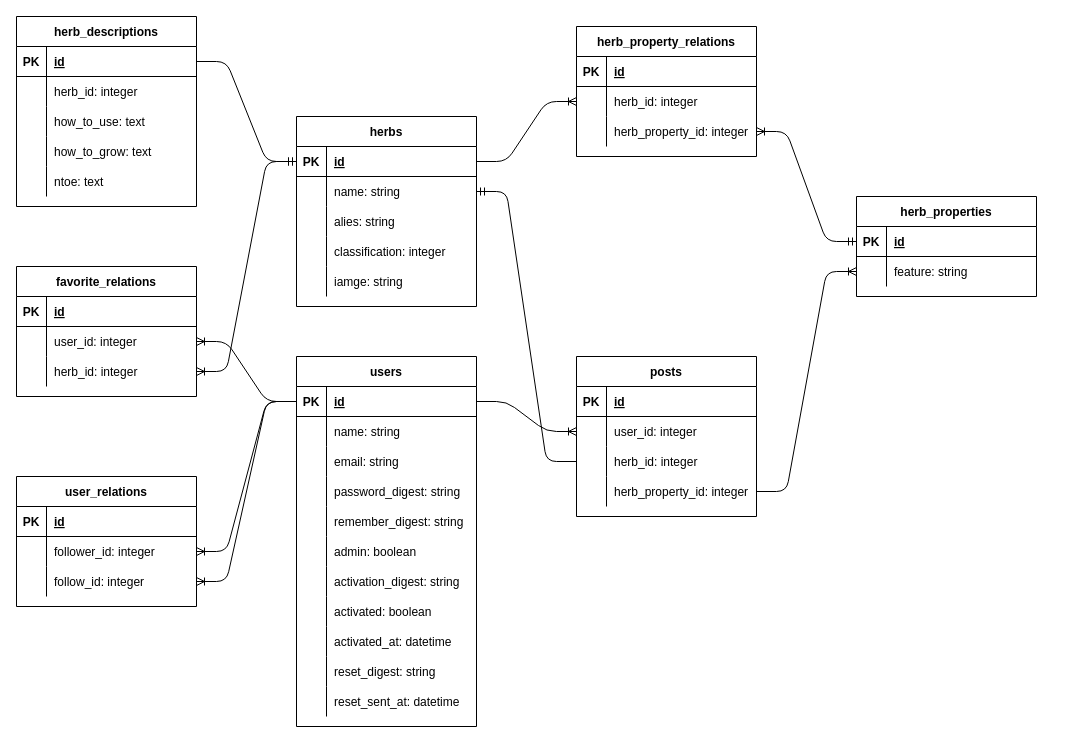
This is er.dio from atsushi0919/herbnote, a draw.io file, before an edit. Source tidied: cells renumbered, new cells numbered last; positions are measured from the earlier drawing's top-left corner, leaving out a move shared by most shapes. Both pictures are drawn from the tidied source at 100%, with x=0, y=0 at pixel (16, 16).
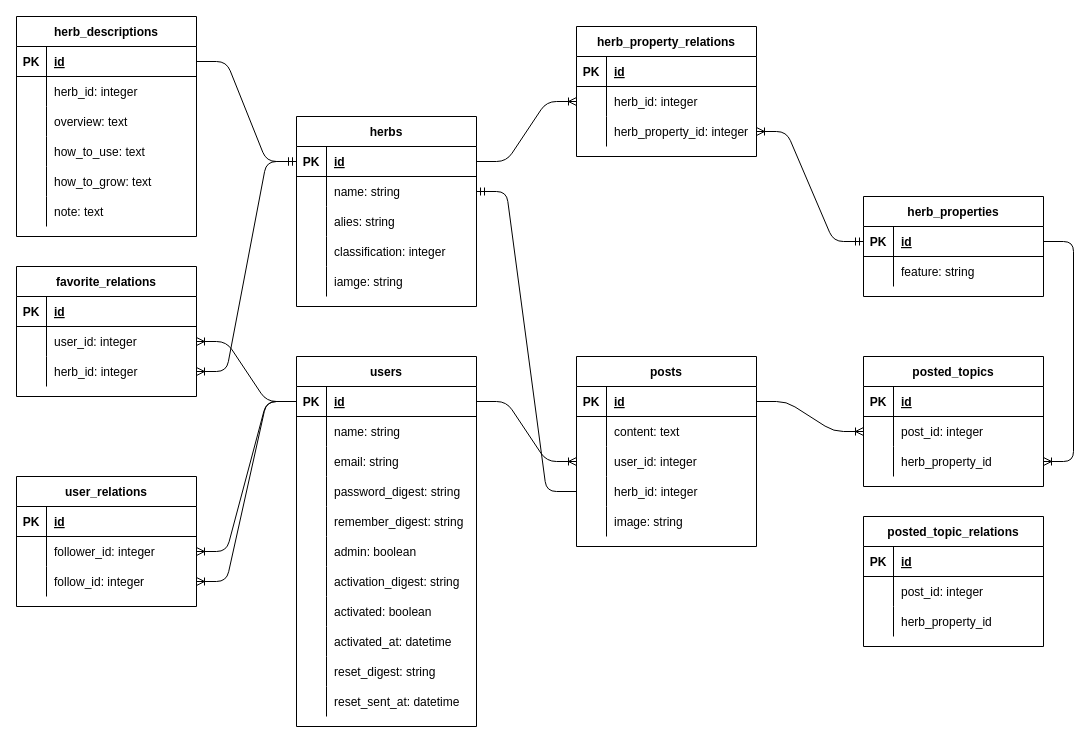
Above is the later version.

Unchanged cells that the change refers to:
```xml
<mxCell id="19" style="shape=partialRectangle;fillColor=none;top=0;left=0;bottom=1;right=0;points=[[0,0.5],[1,0.5]];portConstraint=eastwest;" parent="18" vertex="1">
  <mxGeometry y="30" width="180" height="30" as="geometry" />
</mxCell>
<mxCell id="22" style="shape=partialRectangle;fillColor=none;top=0;left=0;bottom=0;right=0;points=[[0,0.5],[1,0.5]];portConstraint=eastwest;" parent="18" vertex="1">
  <mxGeometry y="60" width="180" height="30" as="geometry" />
</mxCell>
<mxCell id="99" style="shape=partialRectangle;fillColor=none;top=0;left=0;bottom=1;right=0;points=[[0,0.5],[1,0.5]];portConstraint=eastwest;" parent="98" vertex="1">
  <mxGeometry y="30" width="180" height="30" as="geometry" />
</mxCell>
```

Change to the diagram source:
```diff
@@
     <mxCell id="18" value="herb_properties" style="shape=table;startSize=30;childLayout=tableLayout;rowLines=0;fontStyle=1;align=center;" parent="1" vertex="1">
-      <mxGeometry x="840" y="180" width="180" height="100" as="geometry" />
+      <mxGeometry x="847" y="180" width="180" height="100" as="geometry" />
     </mxCell>
@@
     <mxCell id="36" value="herb_descriptions" style="shape=table;startSize=30;childLayout=tableLayout;rowLines=0;fontStyle=1;align=center;" parent="1" vertex="1">
-      <mxGeometry width="180" height="190" as="geometry" />
+      <mxGeometry width="180" height="220" as="geometry" />
     </mxCell>
@@
+    <mxCell id="128" style="shape=partialRectangle;fillColor=none;top=0;left=0;bottom=0;right=0;" parent="36" vertex="1">
+      <mxGeometry y="60" width="180" height="30" as="geometry" />
+    </mxCell>
+    <mxCell id="129" style="shape=partialRectangle;fillColor=none;top=0;left=0;bottom=0;right=0;overflow=hidden;" parent="128" vertex="1">
+      <mxGeometry width="30" height="30" as="geometry" />
+    </mxCell>
+    <mxCell id="130" value="herb_id: integer" style="shape=partialRectangle;fillColor=none;top=0;left=0;bottom=0;right=0;align=left;spacingLeft=6;overflow=hidden;" parent="128" vertex="1">
+      <mxGeometry x="30" width="150" height="30" as="geometry" />
+    </mxCell>
     <mxCell id="40" style="shape=partialRectangle;fillColor=none;top=0;left=0;bottom=0;right=0;" parent="36" vertex="1">
-      <mxGeometry y="60" width="180" height="30" as="geometry" />
+      <mxGeometry y="90" width="180" height="30" as="geometry" />
     </mxCell>
@@
-    <mxCell id="42" value="herb_id: integer" style="shape=partialRectangle;fillColor=none;top=0;left=0;bottom=0;right=0;align=left;spacingLeft=6;overflow=hidden;" parent="40" vertex="1">
+    <mxCell id="42" value="overview: text" style="shape=partialRectangle;fillColor=none;top=0;left=0;bottom=0;right=0;align=left;spacingLeft=6;overflow=hidden;" parent="40" vertex="1">
       <mxGeometry x="30" width="150" height="30" as="geometry" />
     </mxCell>
     <mxCell id="43" style="shape=partialRectangle;fillColor=none;top=0;left=0;bottom=0;right=0;" parent="36" vertex="1">
-      <mxGeometry y="90" width="180" height="30" as="geometry" />
+      <mxGeometry y="120" width="180" height="30" as="geometry" />
     </mxCell>
@@
     <mxCell id="46" style="shape=partialRectangle;fillColor=none;top=0;left=0;bottom=0;right=0;" parent="36" vertex="1">
-      <mxGeometry y="120" width="180" height="30" as="geometry" />
+      <mxGeometry y="150" width="180" height="30" as="geometry" />
     </mxCell>
@@
     <mxCell id="49" style="shape=partialRectangle;fillColor=none;top=0;left=0;bottom=0;right=0;" parent="36" vertex="1">
-      <mxGeometry y="150" width="180" height="30" as="geometry" />
+      <mxGeometry y="180" width="180" height="30" as="geometry" />
     </mxCell>
@@
-    <mxCell id="51" value="ntoe: text" style="shape=partialRectangle;fillColor=none;top=0;left=0;bottom=0;right=0;align=left;spacingLeft=6;overflow=hidden;" parent="49" vertex="1">
+    <mxCell id="51" value="note: text" style="shape=partialRectangle;fillColor=none;top=0;left=0;bottom=0;right=0;align=left;spacingLeft=6;overflow=hidden;" parent="49" vertex="1">
       <mxGeometry x="30" width="150" height="30" as="geometry" />
     </mxCell>
@@
     <mxCell id="98" value="posts" style="shape=table;startSize=30;childLayout=tableLayout;rowLines=0;fontStyle=1;align=center;" parent="1" vertex="1">
-      <mxGeometry x="560" y="340" width="180" height="160" as="geometry" />
+      <mxGeometry x="560" y="340" width="180" height="190" as="geometry" />
     </mxCell>
@@
+    <mxCell id="131" style="shape=partialRectangle;fillColor=none;top=0;left=0;bottom=0;right=0;" parent="98" vertex="1">
+      <mxGeometry y="60" width="180" height="30" as="geometry" />
+    </mxCell>
+    <mxCell id="132" style="shape=partialRectangle;fillColor=none;top=0;left=0;bottom=0;right=0;overflow=hidden;" parent="131" vertex="1">
+      <mxGeometry width="30" height="30" as="geometry" />
+    </mxCell>
+    <mxCell id="133" value="content: text" style="shape=partialRectangle;fillColor=none;top=0;left=0;bottom=0;right=0;align=left;spacingLeft=6;overflow=hidden;" parent="131" vertex="1">
+      <mxGeometry x="30" width="150" height="30" as="geometry" />
+    </mxCell>
     <mxCell id="102" style="shape=partialRectangle;fillColor=none;top=0;left=0;bottom=0;right=0;points=[[0,0.5],[1,0.5]];portConstraint=eastwest;" parent="98" vertex="1">
-      <mxGeometry y="60" width="180" height="30" as="geometry" />
+      <mxGeometry y="90" width="180" height="30" as="geometry" />
     </mxCell>
@@
     <mxCell id="105" style="shape=partialRectangle;fillColor=none;top=0;left=0;bottom=0;right=0;points=[[0,0.5],[1,0.5]];portConstraint=eastwest;" parent="98" vertex="1">
-      <mxGeometry y="90" width="180" height="30" as="geometry" />
+      <mxGeometry y="120" width="180" height="30" as="geometry" />
     </mxCell>
@@
-    <mxCell id="108" style="shape=partialRectangle;fillColor=none;top=0;left=0;bottom=0;right=0;points=[[0,0.5],[1,0.5]];portConstraint=eastwest;" parent="98" vertex="1">
-      <mxGeometry y="120" width="180" height="30" as="geometry" />
-    </mxCell>
-    <mxCell id="109" style="shape=partialRectangle;fillColor=none;top=0;left=0;bottom=0;right=0;overflow=hidden;" parent="108" vertex="1">
-      <mxGeometry width="30" height="30" as="geometry" />
-    </mxCell>
-    <mxCell id="110" value="herb_property_id: integer" style="shape=partialRectangle;fillColor=none;top=0;left=0;bottom=0;right=0;align=left;spacingLeft=6;overflow=hidden;" parent="108" vertex="1">
-      <mxGeometry x="30" width="150" height="30" as="geometry" />
-    </mxCell>
+    <mxCell id="134" style="shape=partialRectangle;fillColor=none;top=0;left=0;bottom=0;right=0;" parent="98" vertex="1">
+      <mxGeometry y="150" width="180" height="30" as="geometry" />
+    </mxCell>
+    <mxCell id="135" style="shape=partialRectangle;fillColor=none;top=0;left=0;bottom=0;right=0;overflow=hidden;" parent="134" vertex="1">
+      <mxGeometry width="30" height="30" as="geometry" />
+    </mxCell>
+    <mxCell id="136" value="image: string" style="shape=partialRectangle;fillColor=none;top=0;left=0;bottom=0;right=0;align=left;spacingLeft=6;overflow=hidden;" parent="134" vertex="1">
+      <mxGeometry x="30" width="150" height="30" as="geometry" />
+    </mxCell>
@@
-    <mxCell id="112" style="edgeStyle=entityRelationEdgeStyle;fontSize=12;html=1;endArrow=ERoneToMany;exitX=1;exitY=0.5;exitDx=0;exitDy=0;entryX=0;entryY=0.5;entryDx=0;entryDy=0;" parent="1" edge="1" source="108" target="22">
+    <mxCell id="112" style="edgeStyle=entityRelationEdgeStyle;fontSize=12;html=1;endArrow=ERoneToMany;exitX=1;exitY=0.5;exitDx=0;exitDy=0;entryX=0;entryY=0.5;entryDx=0;entryDy=0;" parent="1" edge="1" source="99" target="141">
       <mxGeometry relative="1" as="geometry" />
     </mxCell>
@@
+    <mxCell id="137" value="posted_topics" style="shape=table;startSize=30;childLayout=tableLayout;rowLines=0;fontStyle=1;align=center;" parent="1" vertex="1">
+      <mxGeometry x="847" y="340" width="180" height="130" as="geometry" />
+    </mxCell>
+    <mxCell id="138" style="shape=partialRectangle;fillColor=none;top=0;left=0;bottom=1;right=0;" parent="137" vertex="1">
+      <mxGeometry y="30" width="180" height="30" as="geometry" />
+    </mxCell>
+    <mxCell id="139" value="PK" style="shape=partialRectangle;fillColor=none;top=0;left=0;bottom=0;right=0;fontStyle=1;overflow=hidden;" parent="138" vertex="1">
+      <mxGeometry width="30" height="30" as="geometry" />
+    </mxCell>
+    <mxCell id="140" value="id" style="shape=partialRectangle;fillColor=none;top=0;left=0;bottom=0;right=0;align=left;spacingLeft=6;fontStyle=5;overflow=hidden;" parent="138" vertex="1">
+      <mxGeometry x="30" width="150" height="30" as="geometry" />
+    </mxCell>
+    <mxCell id="141" style="shape=partialRectangle;fillColor=none;top=0;left=0;bottom=0;right=0;points=[[0,0.5],[1,0.5]];portConstraint=eastwest;" parent="137" vertex="1">
+      <mxGeometry y="60" width="180" height="30" as="geometry" />
+    </mxCell>
+    <mxCell id="142" style="shape=partialRectangle;fillColor=none;top=0;left=0;bottom=0;right=0;overflow=hidden;" parent="141" vertex="1">
+      <mxGeometry width="30" height="30" as="geometry" />
+    </mxCell>
+    <mxCell id="143" value="post_id: integer" style="shape=partialRectangle;fillColor=none;top=0;left=0;bottom=0;right=0;align=left;spacingLeft=6;overflow=hidden;" parent="141" vertex="1">
+      <mxGeometry x="30" width="150" height="30" as="geometry" />
+    </mxCell>
+    <mxCell id="144" style="shape=partialRectangle;fillColor=none;top=0;left=0;bottom=0;right=0;points=[[0,0.5],[1,0.5]];portConstraint=eastwest;" parent="137" vertex="1">
+      <mxGeometry y="90" width="180" height="30" as="geometry" />
+    </mxCell>
+    <mxCell id="145" style="shape=partialRectangle;fillColor=none;top=0;left=0;bottom=0;right=0;overflow=hidden;" parent="144" vertex="1">
+      <mxGeometry width="30" height="30" as="geometry" />
+    </mxCell>
+    <mxCell id="146" value="herb_property_id" style="shape=partialRectangle;fillColor=none;top=0;left=0;bottom=0;right=0;align=left;spacingLeft=6;overflow=hidden;" parent="144" vertex="1">
+      <mxGeometry x="30" width="150" height="30" as="geometry" />
+    </mxCell>
+    <mxCell id="147" style="edgeStyle=entityRelationEdgeStyle;fontSize=12;html=1;endArrow=ERoneToMany;exitX=1;exitY=0.5;exitDx=0;exitDy=0;entryX=1;entryY=0.5;entryDx=0;entryDy=0;" parent="1" edge="1" source="19" target="144">
+      <mxGeometry relative="1" as="geometry" />
+    </mxCell>
+    <mxCell id="148" value="posted_topic_relations" style="shape=table;startSize=30;childLayout=tableLayout;rowLines=0;fontStyle=1;align=center;" parent="1" vertex="1">
+      <mxGeometry x="847" y="500" width="180" height="130" as="geometry" />
+    </mxCell>
+    <mxCell id="149" style="shape=partialRectangle;fillColor=none;top=0;left=0;bottom=1;right=0;" parent="148" vertex="1">
+      <mxGeometry y="30" width="180" height="30" as="geometry" />
+    </mxCell>
+    <mxCell id="150" value="PK" style="shape=partialRectangle;fillColor=none;top=0;left=0;bottom=0;right=0;fontStyle=1;overflow=hidden;" parent="149" vertex="1">
+      <mxGeometry width="30" height="30" as="geometry" />
+    </mxCell>
+    <mxCell id="151" value="id" style="shape=partialRectangle;fillColor=none;top=0;left=0;bottom=0;right=0;align=left;spacingLeft=6;fontStyle=5;overflow=hidden;" parent="149" vertex="1">
+      <mxGeometry x="30" width="150" height="30" as="geometry" />
+    </mxCell>
+    <mxCell id="152" style="shape=partialRectangle;fillColor=none;top=0;left=0;bottom=0;right=0;" parent="148" vertex="1">
+      <mxGeometry y="60" width="180" height="30" as="geometry" />
+    </mxCell>
+    <mxCell id="153" style="shape=partialRectangle;fillColor=none;top=0;left=0;bottom=0;right=0;overflow=hidden;" parent="152" vertex="1">
+      <mxGeometry width="30" height="30" as="geometry" />
+    </mxCell>
+    <mxCell id="154" value="post_id: integer" style="shape=partialRectangle;fillColor=none;top=0;left=0;bottom=0;right=0;align=left;spacingLeft=6;overflow=hidden;" parent="152" vertex="1">
+      <mxGeometry x="30" width="150" height="30" as="geometry" />
+    </mxCell>
+    <mxCell id="155" style="shape=partialRectangle;fillColor=none;top=0;left=0;bottom=0;right=0;" parent="148" vertex="1">
+      <mxGeometry y="90" width="180" height="30" as="geometry" />
+    </mxCell>
+    <mxCell id="156" style="shape=partialRectangle;fillColor=none;top=0;left=0;bottom=0;right=0;overflow=hidden;" parent="155" vertex="1">
+      <mxGeometry width="30" height="30" as="geometry" />
+    </mxCell>
+    <mxCell id="157" value="herb_property_id" style="shape=partialRectangle;fillColor=none;top=0;left=0;bottom=0;right=0;align=left;spacingLeft=6;overflow=hidden;" parent="155" vertex="1">
+      <mxGeometry x="30" width="150" height="30" as="geometry" />
+    </mxCell>
```
